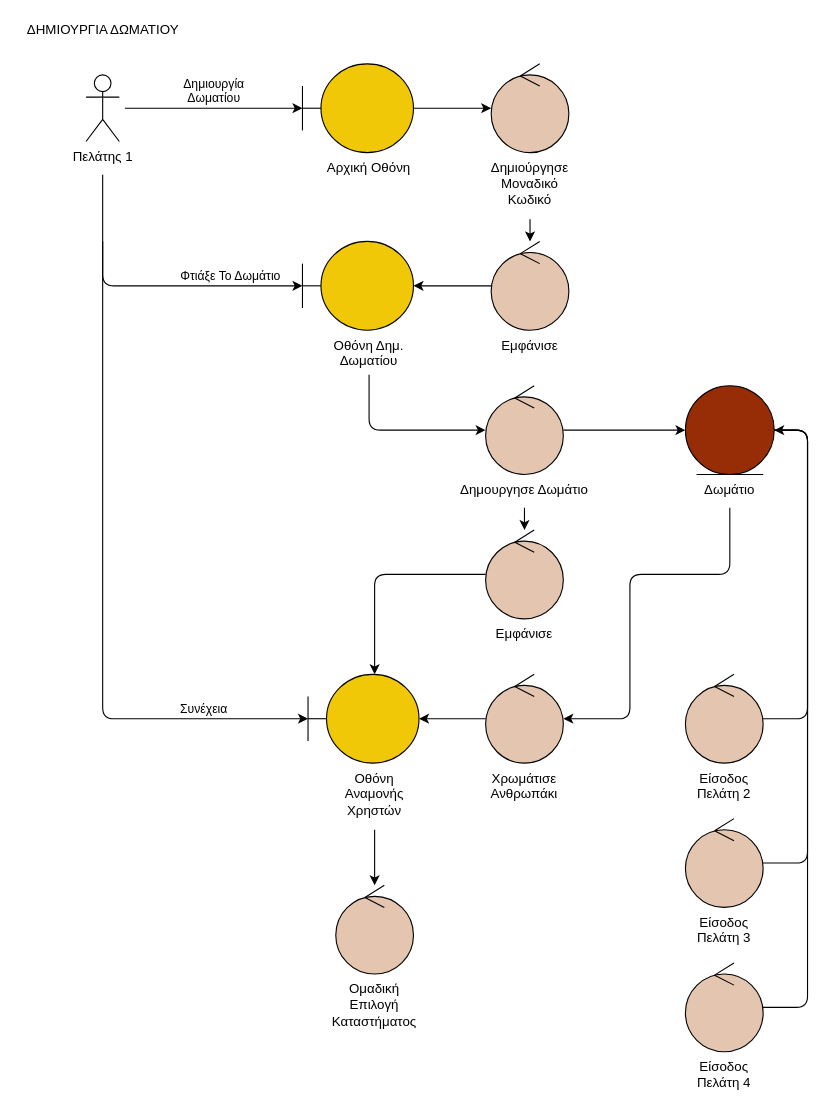
iloudaros/nomnomr keeps this draw.io diagram as docs/contributions/itsikelis/Phase 4/Robustness Diagrams v0.2/customer-create-room.drawio. Above is the earlier version. Source tidied: cells renumbered, new cells numbered last; positions are measured from the earlier drawing's top-left corner, leaving out a move shared by most shapes. Both pictures are drawn from the tidied source at 111%, with x=0, y=0 at pixel (19, 19).
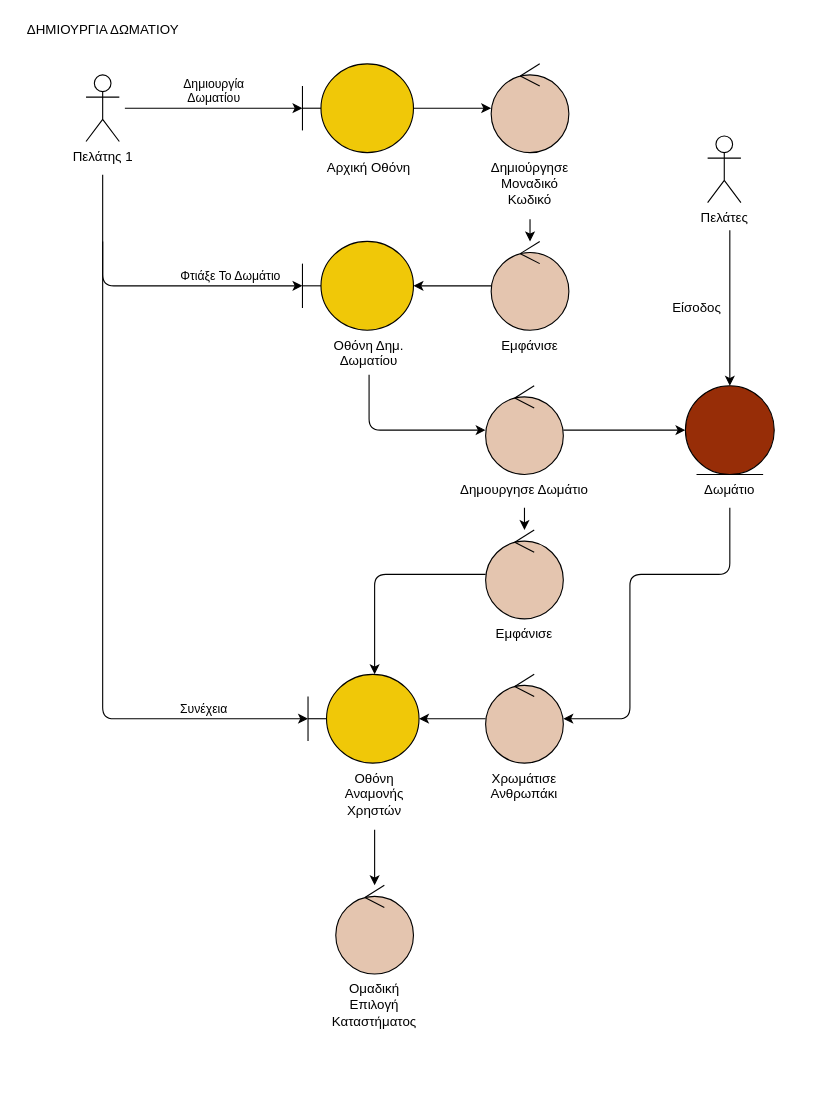
The same page after the edit.

Commit message (it also covers changes not shown here):
updated create room robustness and use case

Unchanged cells that the change refers to:
```xml
<mxCell id="43" style="ellipse;shape=umlEntity;whiteSpace=wrap;html=1;hachureGap=4;fillColor=#972D07;" parent="1" vertex="1">
  <mxGeometry x="600" y="330" width="80" height="80" as="geometry" />
</mxCell>
```

The edit, as a diff of the source:
```diff
@@
-    <mxCell id="18" style="edgeStyle=orthogonalEdgeStyle;rounded=1;jettySize=auto;html=1;entryX=0.5;entryY=1;entryDx=0;entryDy=0;" parent="1" edge="1" source="19" target="43">
-      <mxGeometry relative="1" as="geometry">
-        <Array as="points">
-          <mxPoint x="710" y="630" />
-          <mxPoint x="710" y="370" />
-          <mxPoint x="640" y="370" />
-        </Array>
-      </mxGeometry>
-    </mxCell>
-    <mxCell id="19" style="ellipse;shape=umlControl;whiteSpace=wrap;html=1;fillColor=#E4C5AF;" parent="1" vertex="1">
-      <mxGeometry x="600" y="590" width="70" height="80" as="geometry" />
-    </mxCell>
-    <mxCell id="20" style="edgeStyle=orthogonalEdgeStyle;rounded=1;jettySize=auto;html=1;" parent="1" edge="1" source="21" target="43">
-      <mxGeometry relative="1" as="geometry">
-        <Array as="points">
-          <mxPoint x="710" y="760" />
-          <mxPoint x="710" y="370" />
-        </Array>
-      </mxGeometry>
-    </mxCell>
-    <mxCell id="21" style="ellipse;shape=umlControl;whiteSpace=wrap;html=1;fillColor=#E4C5AF;" parent="1" vertex="1">
-      <mxGeometry x="600" y="720" width="70" height="80" as="geometry" />
-    </mxCell>
-    <mxCell id="22" style="edgeStyle=orthogonalEdgeStyle;rounded=1;jettySize=auto;html=1;entryX=0.5;entryY=1;entryDx=0;entryDy=0;" parent="1" edge="1" source="23" target="43">
-      <mxGeometry relative="1" as="geometry">
-        <Array as="points">
-          <mxPoint x="710" y="890" />
-          <mxPoint x="710" y="370" />
-          <mxPoint x="640" y="370" />
-        </Array>
-      </mxGeometry>
-    </mxCell>
-    <mxCell id="23" style="ellipse;shape=umlControl;whiteSpace=wrap;html=1;fillColor=#E4C5AF;" parent="1" vertex="1">
-      <mxGeometry x="600" y="850" width="70" height="80" as="geometry" />
-    </mxCell>
@@
-    <mxCell id="37" value="&lt;span style=&quot;color: rgb(0 , 0 , 0) ; font-family: &amp;#34;helvetica&amp;#34; ; font-size: 12px ; font-style: normal ; font-weight: 400 ; letter-spacing: normal ; text-indent: 0px ; text-transform: none ; word-spacing: 0px ; display: inline ; float: none&quot;&gt;Είσοδος&lt;/span&gt;&lt;br style=&quot;color: rgb(0 , 0 , 0) ; font-family: &amp;#34;helvetica&amp;#34; ; font-size: 12px ; font-style: normal ; font-weight: 400 ; letter-spacing: normal ; text-indent: 0px ; text-transform: none ; word-spacing: 0px&quot;&gt;&lt;span style=&quot;color: rgb(0 , 0 , 0) ; font-family: &amp;#34;helvetica&amp;#34; ; font-size: 12px ; font-style: normal ; font-weight: 400 ; letter-spacing: normal ; text-indent: 0px ; text-transform: none ; word-spacing: 0px ; display: inline ; float: none&quot;&gt;Πελάτη 2&lt;/span&gt;" style="text;whiteSpace=wrap;html=1;align=center;labelBackgroundColor=none;" parent="1" vertex="1">
-      <mxGeometry x="595" y="670" width="80" height="40" as="geometry" />
-    </mxCell>
-    <mxCell id="38" value="&lt;span style=&quot;color: rgb(0 , 0 , 0) ; font-family: &amp;#34;helvetica&amp;#34; ; font-size: 12px ; font-style: normal ; font-weight: 400 ; letter-spacing: normal ; text-indent: 0px ; text-transform: none ; word-spacing: 0px ; display: inline ; float: none&quot;&gt;Είσοδος&lt;/span&gt;&lt;br style=&quot;color: rgb(0 , 0 , 0) ; font-family: &amp;#34;helvetica&amp;#34; ; font-size: 12px ; font-style: normal ; font-weight: 400 ; letter-spacing: normal ; text-indent: 0px ; text-transform: none ; word-spacing: 0px&quot;&gt;&lt;span style=&quot;color: rgb(0 , 0 , 0) ; font-family: &amp;#34;helvetica&amp;#34; ; font-size: 12px ; font-style: normal ; font-weight: 400 ; letter-spacing: normal ; text-indent: 0px ; text-transform: none ; word-spacing: 0px ; display: inline ; float: none&quot;&gt;Πελάτη 3&lt;/span&gt;" style="text;whiteSpace=wrap;html=1;align=center;labelBackgroundColor=none;" parent="1" vertex="1">
-      <mxGeometry x="595" y="800" width="80" height="40" as="geometry" />
-    </mxCell>
-    <mxCell id="39" value="&lt;span style=&quot;color: rgb(0 , 0 , 0) ; font-family: &amp;#34;helvetica&amp;#34; ; font-size: 12px ; font-style: normal ; font-weight: 400 ; letter-spacing: normal ; text-indent: 0px ; text-transform: none ; word-spacing: 0px ; display: inline ; float: none&quot;&gt;Είσοδος&lt;/span&gt;&lt;br style=&quot;color: rgb(0 , 0 , 0) ; font-family: &amp;#34;helvetica&amp;#34; ; font-size: 12px ; font-style: normal ; font-weight: 400 ; letter-spacing: normal ; text-indent: 0px ; text-transform: none ; word-spacing: 0px&quot;&gt;&lt;span style=&quot;color: rgb(0 , 0 , 0) ; font-family: &amp;#34;helvetica&amp;#34; ; font-size: 12px ; font-style: normal ; font-weight: 400 ; letter-spacing: normal ; text-indent: 0px ; text-transform: none ; word-spacing: 0px ; display: inline ; float: none&quot;&gt;Πελάτη 4&lt;br&gt;&lt;/span&gt;" style="text;whiteSpace=wrap;html=1;align=center;labelBackgroundColor=none;" parent="1" vertex="1">
-      <mxGeometry x="595" y="930" width="80" height="40" as="geometry" />
-    </mxCell>
@@
+    <mxCell id="46" style="edgeStyle=elbowEdgeStyle;jettySize=auto;html=1;entryX=0.5;entryY=0;entryDx=0;entryDy=0;elbow=vertical;rounded=1;" parent="1" edge="1" target="43">
+      <mxGeometry relative="1" as="geometry">
+        <mxPoint x="640" y="190" as="sourcePoint" />
+        <Array as="points">
+          <mxPoint x="640" y="200" />
+          <mxPoint x="640" y="220" />
+        </Array>
+      </mxGeometry>
+    </mxCell>
+    <mxCell id="47" value="Πελάτες" style="shape=umlActor;verticalLabelPosition=bottom;verticalAlign=top;html=1;" parent="1" vertex="1">
+      <mxGeometry x="620" y="105" width="30" height="60" as="geometry" />
+    </mxCell>
+    <mxCell id="48" value="Είσοδος" style="text;html=1;align=center;verticalAlign=middle;strokeColor=none;fillColor=none;" parent="1" vertex="1">
+      <mxGeometry x="580" y="250" width="60" height="20" as="geometry" />
+    </mxCell>
```
